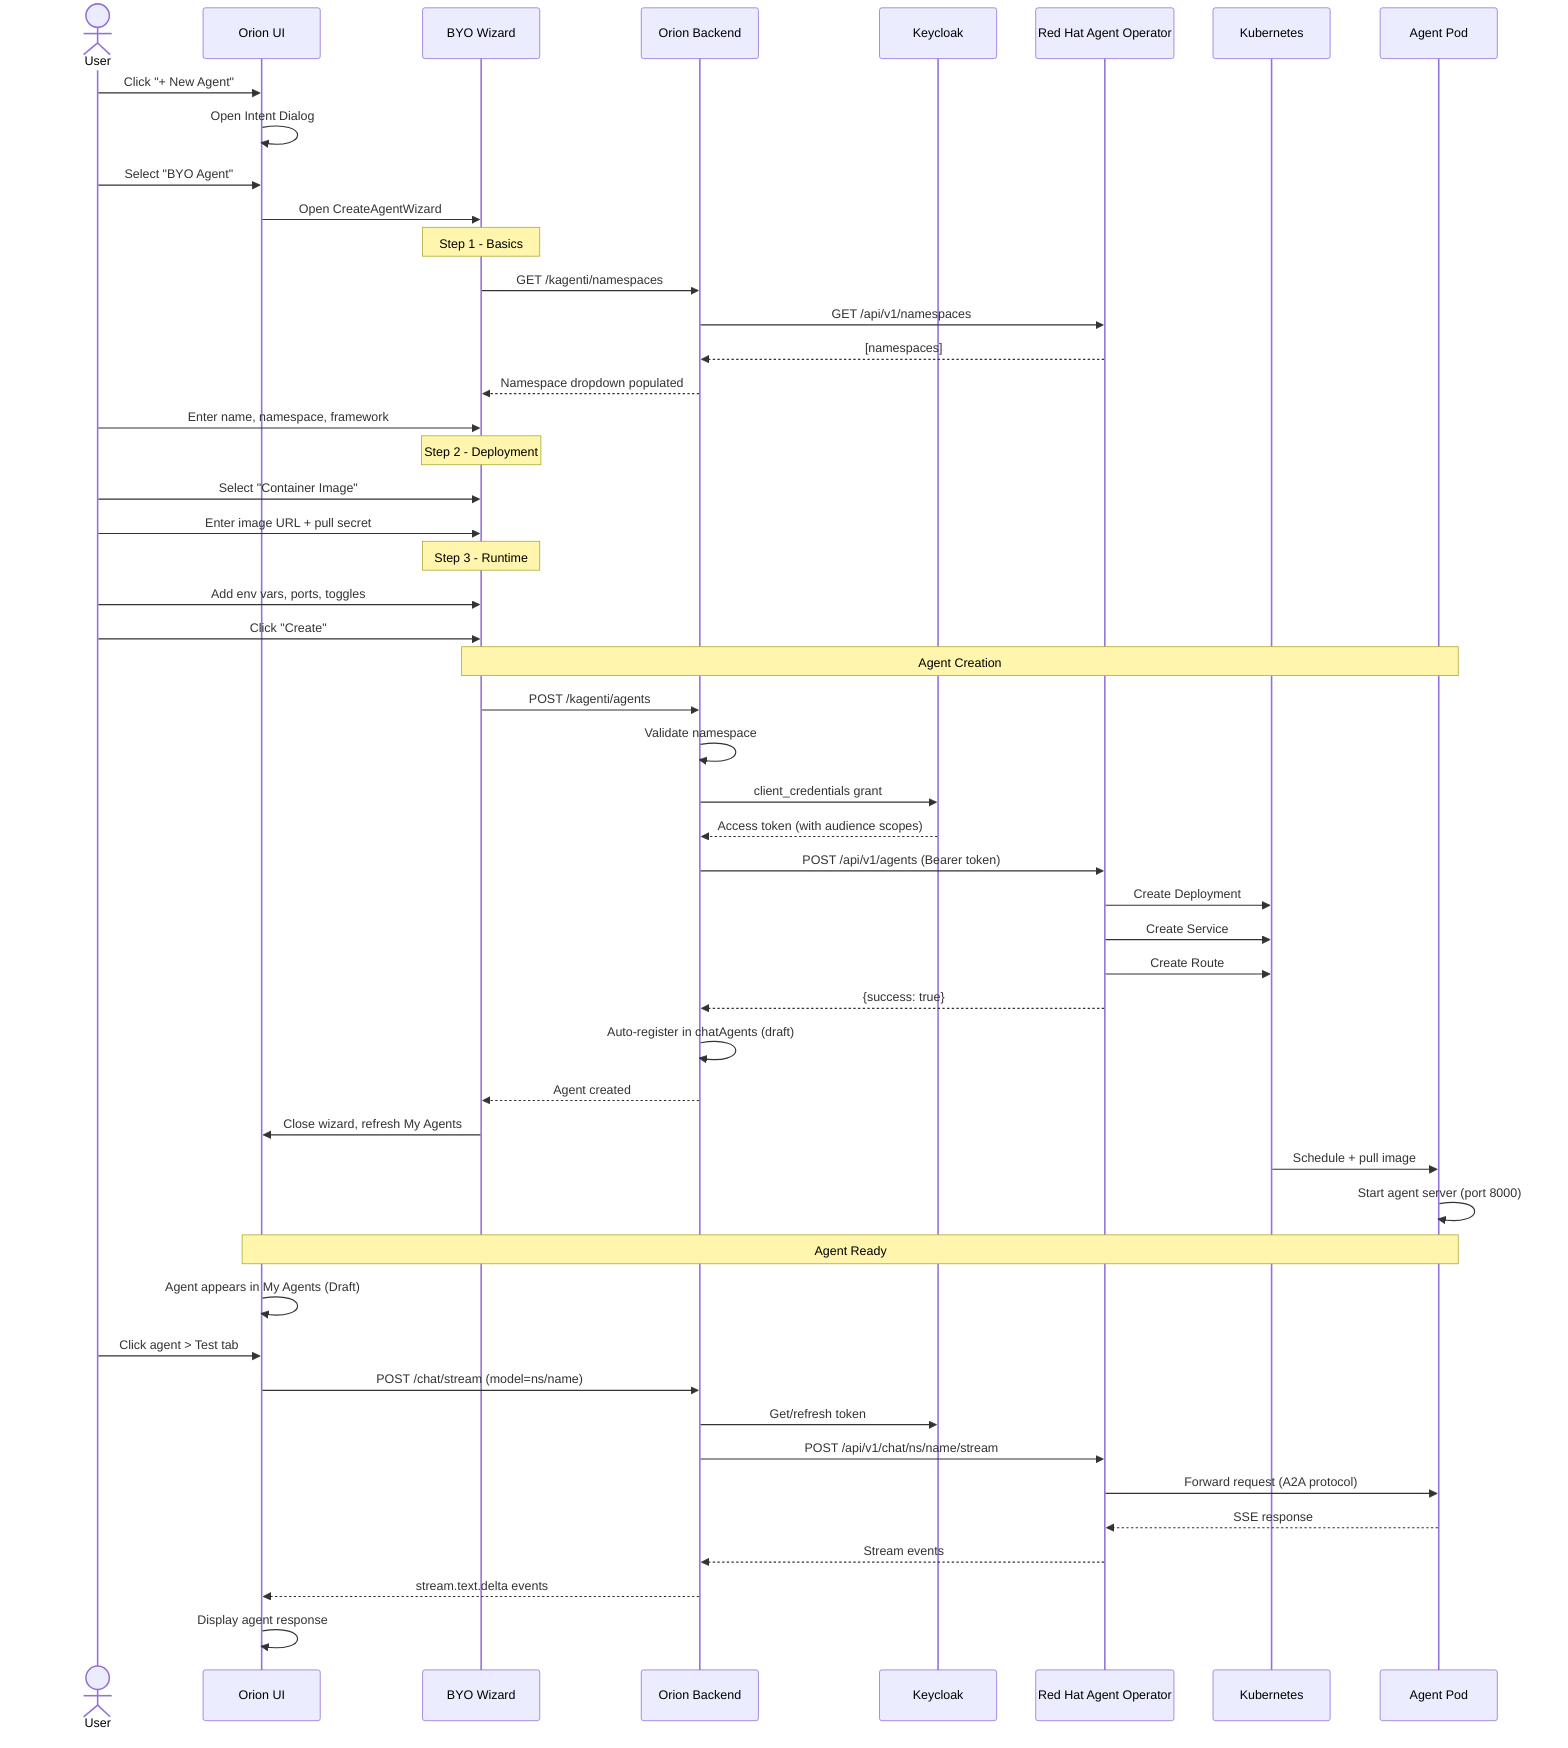
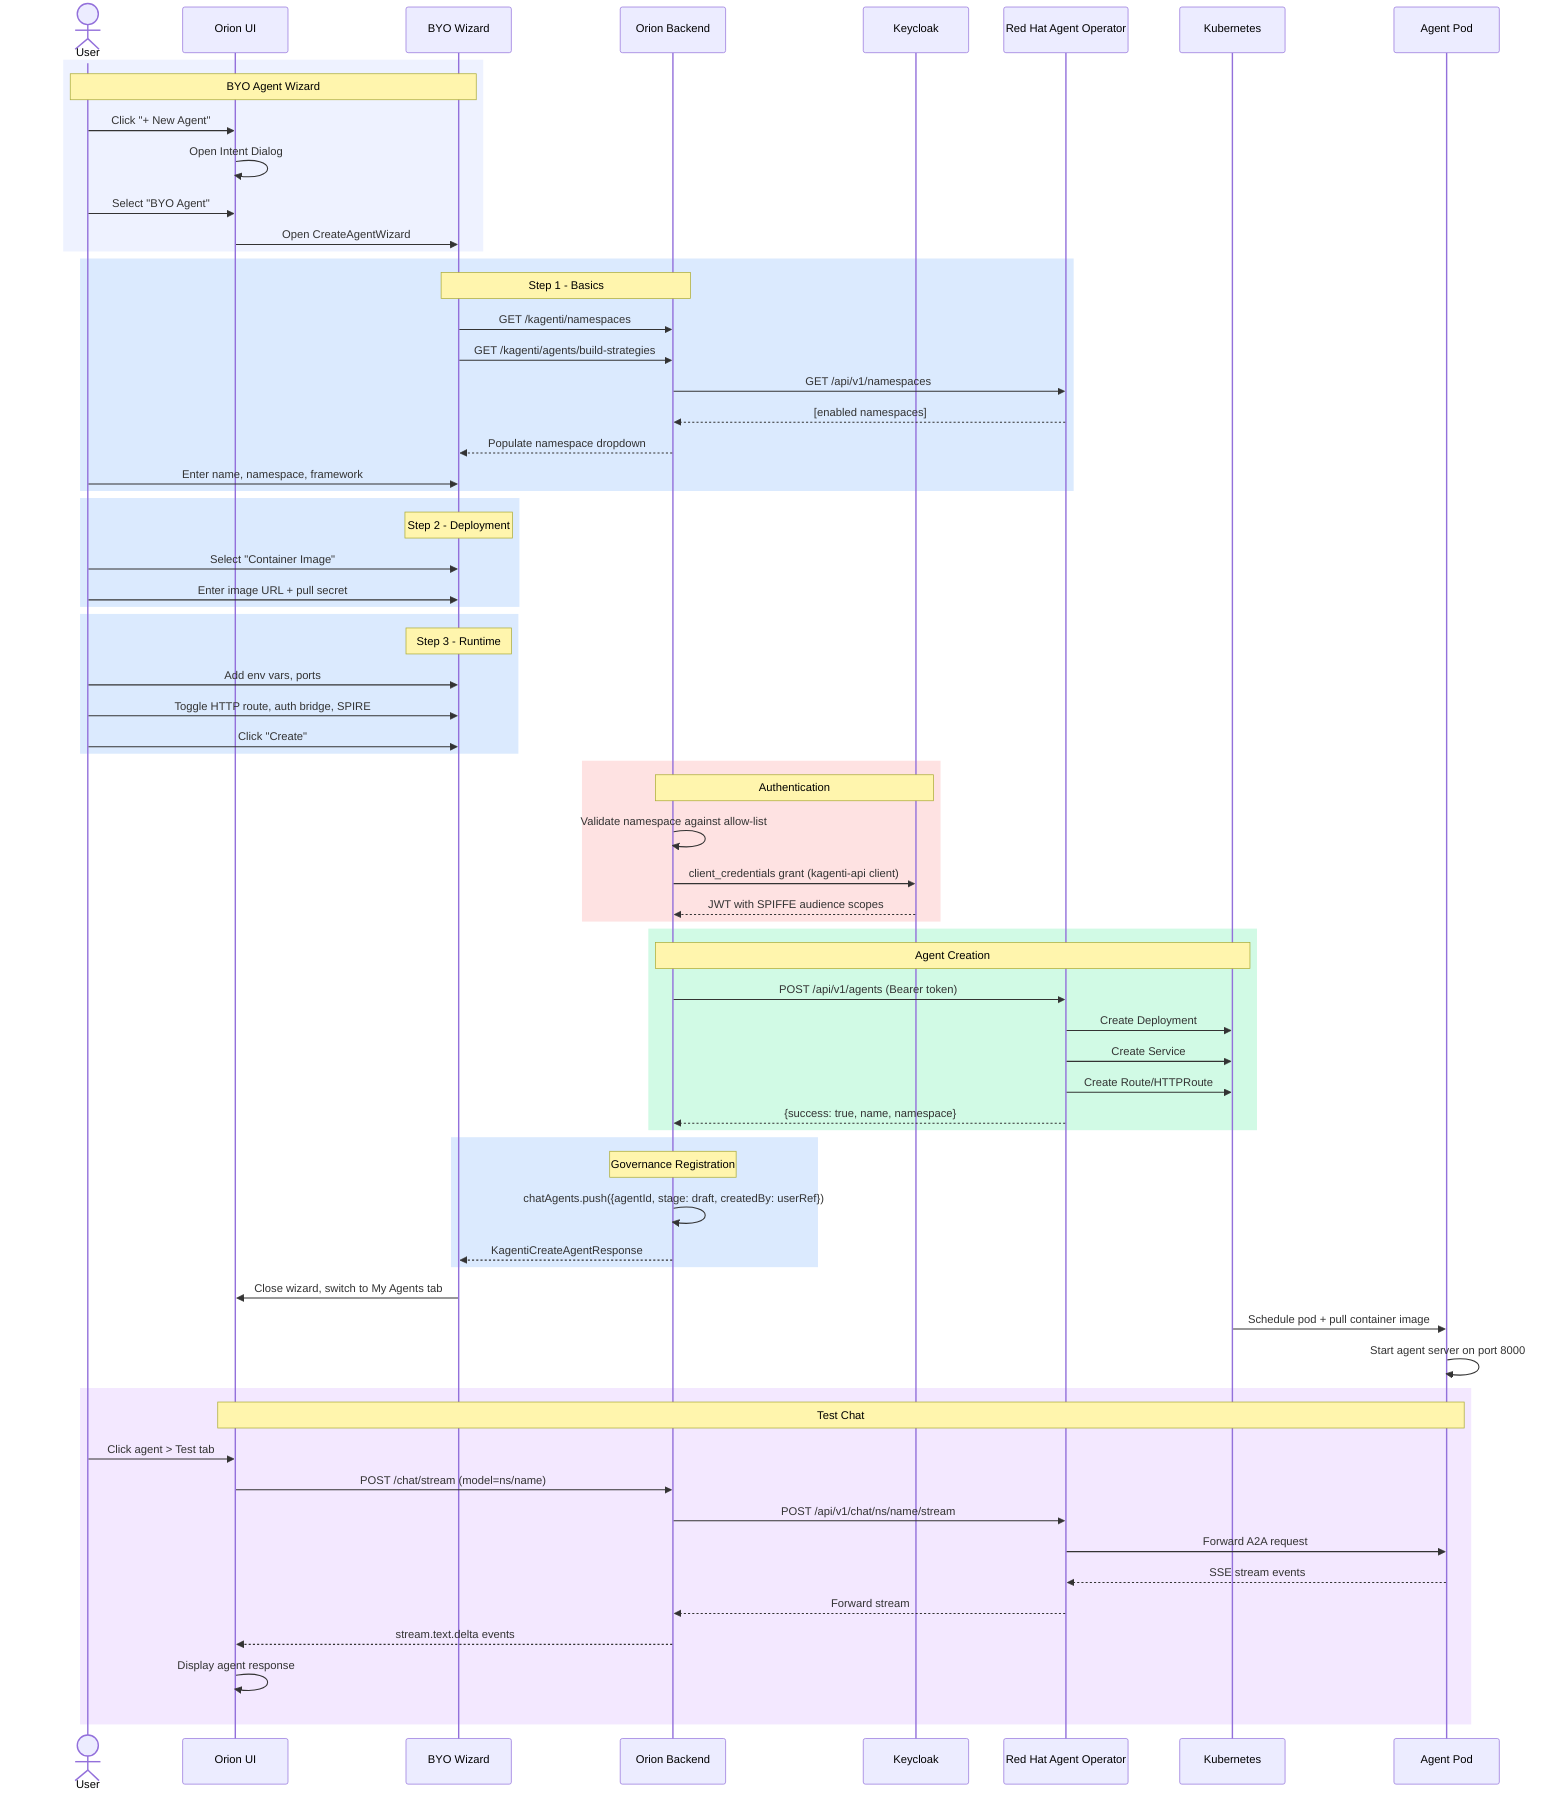
sequenceDiagram
    actor User
    participant UI as Orion UI
    participant Wizard as BYO Wizard
    participant Backend as Orion Backend
    participant KC as Keycloak
    participant RHAO as Red Hat Agent Operator
    participant K8s as Kubernetes
    participant Pod as Agent Pod

+     rect rgb(238, 242, 255)
+     Note over User,Wizard: BYO Agent Wizard
    User->>UI: Click "+ New Agent"
    UI->>UI: Open Intent Dialog
    User->>UI: Select "BYO Agent"
    UI->>Wizard: Open CreateAgentWizard
+     end

-     Note over Wizard: Step 1 - Basics
+     rect rgb(219, 234, 254)
+     Note over Wizard,Backend: Step 1 - Basics
    Wizard->>Backend: GET /kagenti/namespaces
+     Wizard->>Backend: GET /kagenti/agents/build-strategies
    Backend->>RHAO: GET /api/v1/namespaces
-     RHAO-->>Backend: [namespaces]
-     Backend-->>Wizard: Namespace dropdown populated
+     RHAO-->>Backend: [enabled namespaces]
+     Backend-->>Wizard: Populate namespace dropdown
    User->>Wizard: Enter name, namespace, framework
+     end

+     rect rgb(219, 234, 254)
    Note over Wizard: Step 2 - Deployment
    User->>Wizard: Select "Container Image"
    User->>Wizard: Enter image URL + pull secret
+     end

+     rect rgb(219, 234, 254)
    Note over Wizard: Step 3 - Runtime
-     User->>Wizard: Add env vars, ports, toggles
+     User->>Wizard: Add env vars, ports
+     User->>Wizard: Toggle HTTP route, auth bridge, SPIRE
    User->>Wizard: Click "Create"
+     end

-     Note over Wizard,Pod: Agent Creation
-     Wizard->>Backend: POST /kagenti/agents
-     Backend->>Backend: Validate namespace
-     Backend->>KC: client_credentials grant
-     KC-->>Backend: Access token (with audience scopes)
+     rect rgb(254, 226, 226)
+     Note over Backend,KC: Authentication
+     Backend->>Backend: Validate namespace against allow-list
+     Backend->>KC: client_credentials grant (kagenti-api client)
+     KC-->>Backend: JWT with SPIFFE audience scopes
+     end
+ 
+     rect rgb(209, 250, 229)
+     Note over Backend,K8s: Agent Creation
    Backend->>RHAO: POST /api/v1/agents (Bearer token)
    RHAO->>K8s: Create Deployment
    RHAO->>K8s: Create Service
-     RHAO->>K8s: Create Route
-     RHAO-->>Backend: {success: true}
-     Backend->>Backend: Auto-register in chatAgents (draft)
-     Backend-->>Wizard: Agent created
+     RHAO->>K8s: Create Route/HTTPRoute
+     RHAO-->>Backend: {success: true, name, namespace}
+     end

-     Wizard->>UI: Close wizard, refresh My Agents
-     K8s->>Pod: Schedule + pull image
-     Pod->>Pod: Start agent server (port 8000)
+     rect rgb(219, 234, 254)
+     Note over Backend: Governance Registration
+     Backend->>Backend: chatAgents.push({agentId, stage: draft, createdBy: userRef})
+     Backend-->>Wizard: KagentiCreateAgentResponse
+     end

-     Note over UI,Pod: Agent Ready
-     UI->>UI: Agent appears in My Agents (Draft)
+     Wizard->>UI: Close wizard, switch to My Agents tab
+     K8s->>Pod: Schedule pod + pull container image
+     Pod->>Pod: Start agent server on port 8000
+ 
+     rect rgb(243, 232, 255)
+     Note over UI,Pod: Test Chat
    User->>UI: Click agent > Test tab
    UI->>Backend: POST /chat/stream (model=ns/name)
-     Backend->>KC: Get/refresh token
    Backend->>RHAO: POST /api/v1/chat/ns/name/stream
-     RHAO->>Pod: Forward request (A2A protocol)
-     Pod-->>RHAO: SSE response
-     RHAO-->>Backend: Stream events
+     RHAO->>Pod: Forward A2A request
+     Pod-->>RHAO: SSE stream events
+     RHAO-->>Backend: Forward stream
    Backend-->>UI: stream.text.delta events
    UI->>UI: Display agent response
+     end
